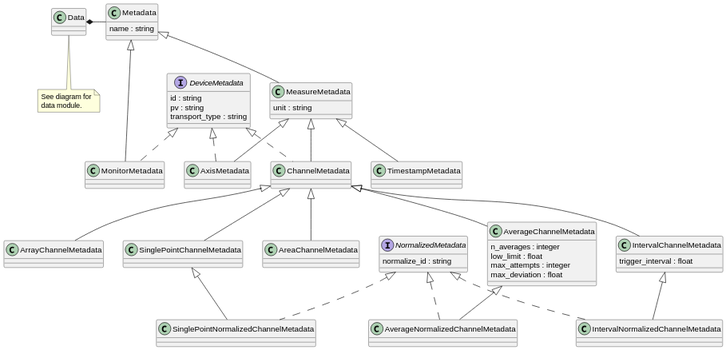
Before: docs/uml/evedata.evefile.metadata.svg, a diagram exported from PlantUML (tillbiskup/evedata).
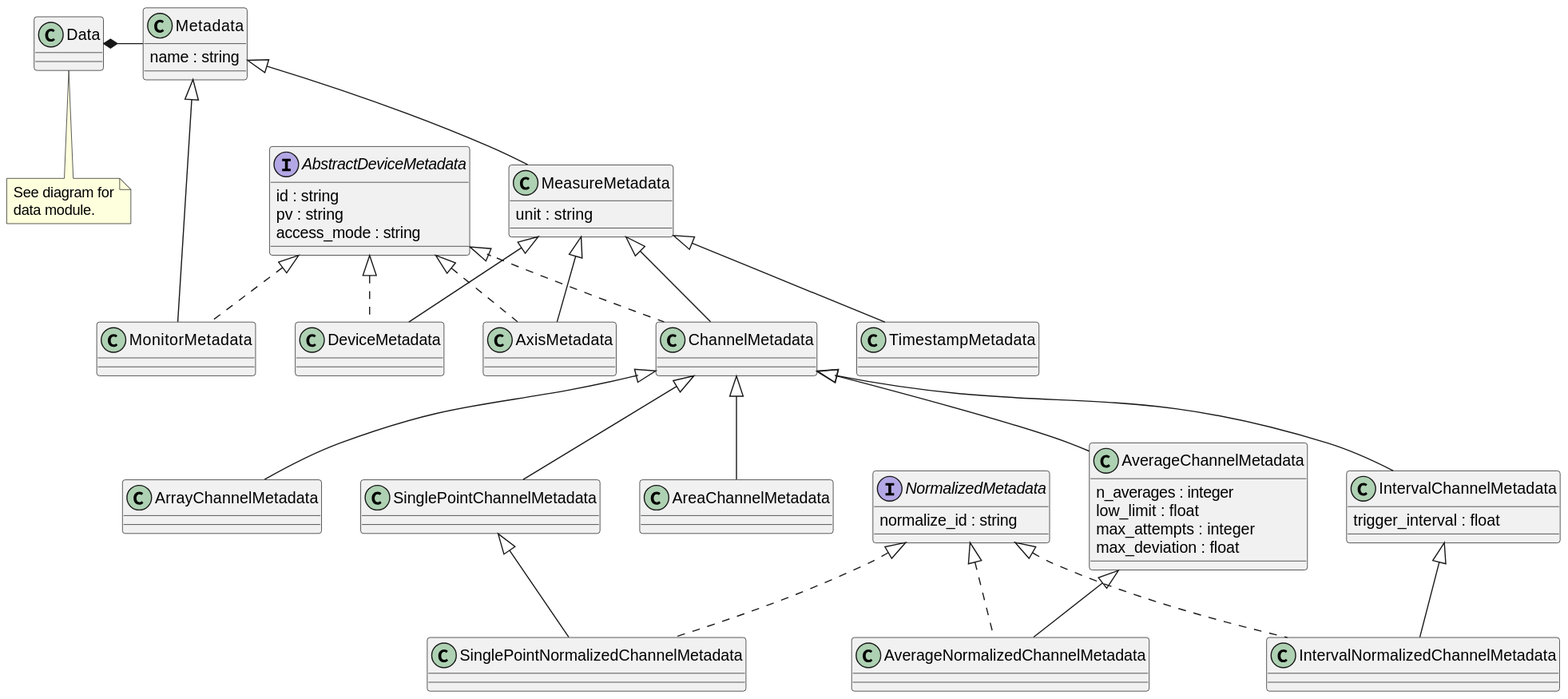
Later version of the same file.

The edit, as a diff of the source:
```diff
@@ -7,23 +7,26 @@
 }
 note bottom: See diagram for\ndata module.
 
-interface DeviceMetadata {
+interface AbstractDeviceMetadata {
     id : string
     pv : string
-    transport_type : string
+    access_mode : string
 }
 
 class MeasureMetadata extends Metadata {
     unit : string
 }
 
-class MonitorMetadata extends Metadata implements DeviceMetadata {
+class MonitorMetadata extends Metadata implements AbstractDeviceMetadata {
 }
 
-class AxisMetadata extends MeasureMetadata implements DeviceMetadata  {
+class DeviceMetadata extends MeasureMetadata implements AbstractDeviceMetadata  {
 }
 
-class ChannelMetadata extends MeasureMetadata implements DeviceMetadata  {
+class AxisMetadata extends MeasureMetadata implements AbstractDeviceMetadata  {
+}
+
+class ChannelMetadata extends MeasureMetadata implements AbstractDeviceMetadata  {
 }
 
 class TimestampMetadata extends MeasureMetadata {
```
